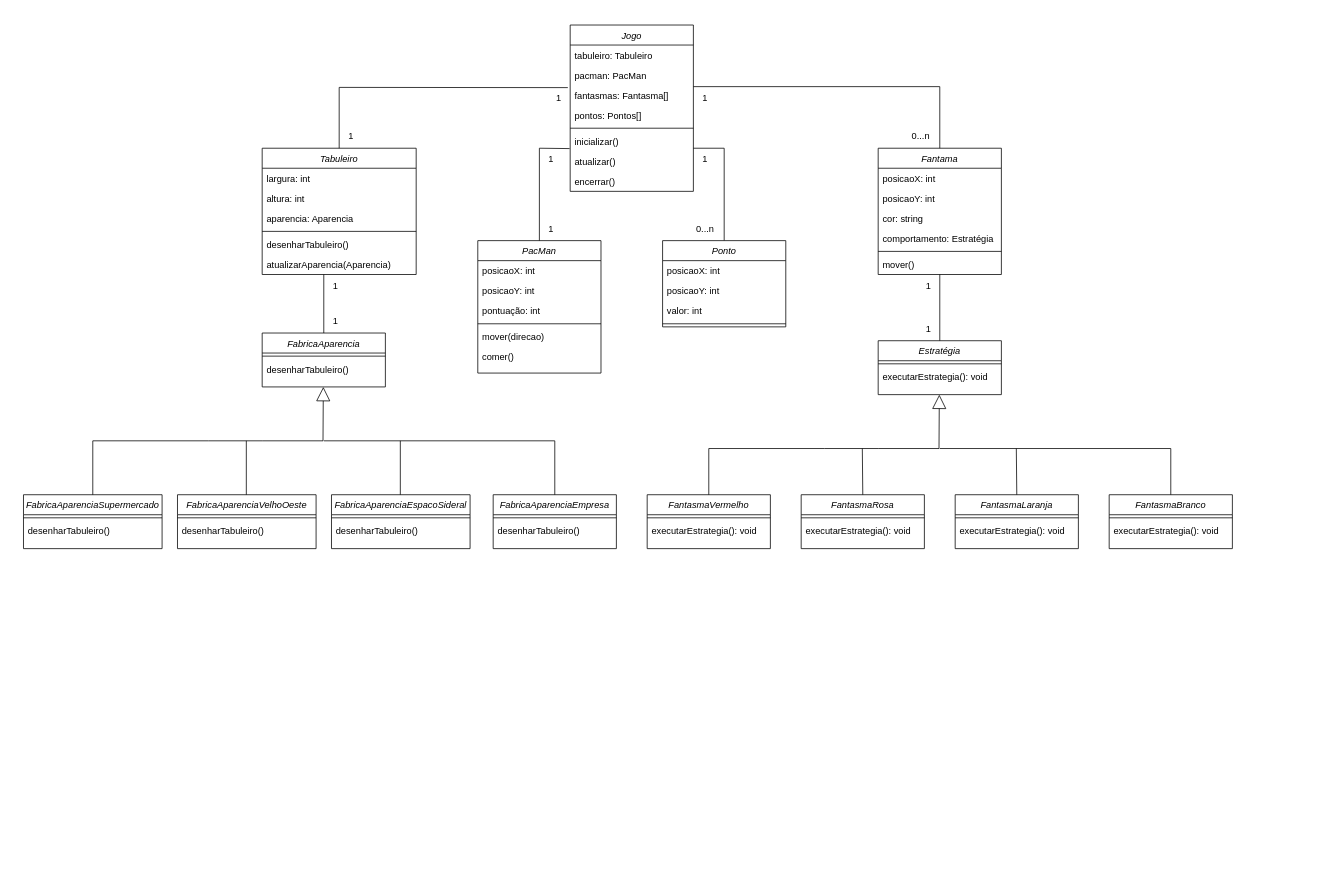
Before: 6th_POO_MAC0413/Diagrama sem nome.drawio in sabrizzs/hello-world, a draw.io diagram. Source tidied: cells renumbered, new cells numbered last; positions are measured from the earlier drawing's top-left corner, leaving out a move shared by most shapes. Both pictures are drawn from the tidied source at 77%, with x=0, y=0 at pixel (23, 25).
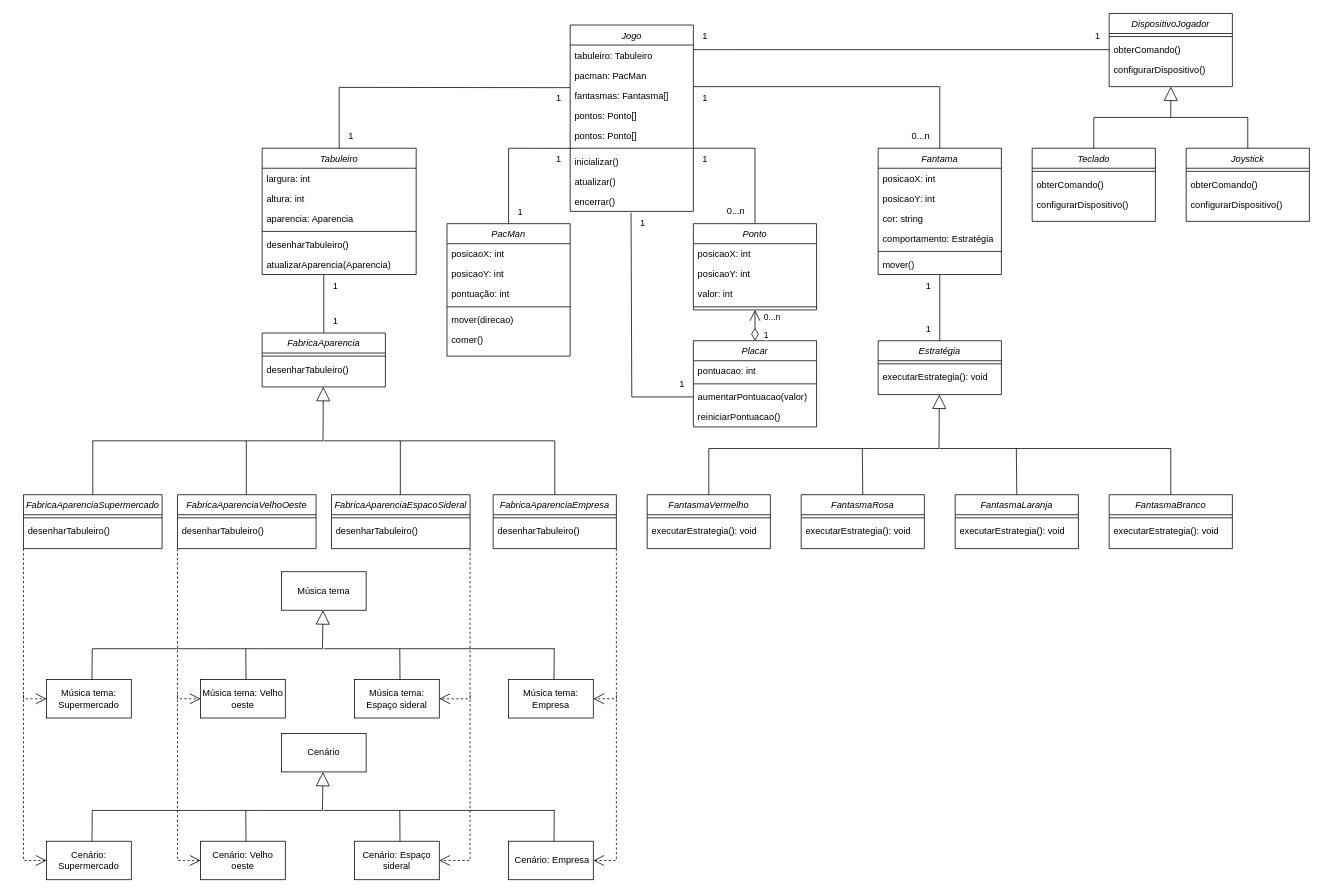
The same page after the edit.

The change refers to these unchanged cells:
```xml
<mxCell id="2" value="Tabuleiro" style="swimlane;fontStyle=2;align=center;verticalAlign=top;horizontal=1;startSize=26;rounded=0;shadow=0;strokeWidth=1;" parent="1" vertex="1">
  <mxGeometry x="310" y="160" width="200" height="164" as="geometry" />
</mxCell>
<mxCell id="27" value="tabuleiro: Tabuleiro" style="text;align=left;verticalAlign=top;spacingLeft=4;spacingRight=4;overflow=hidden;points=[[0,0.5],[1,0.5]];portConstraint=eastwest;" parent="26" vertex="1">
  <mxGeometry y="26" width="160" height="26" as="geometry" />
</mxCell>
<mxCell id="63" value="FabricaAparenciaSupermercado" style="swimlane;fontStyle=2;align=center;verticalAlign=top;horizontal=1;startSize=26;rounded=0;shadow=0;strokeWidth=1;" parent="1" vertex="1">
  <mxGeometry y="610" width="180" height="70" as="geometry" />
</mxCell>
<mxCell id="72" value="FabricaAparenciaEmpresa" style="swimlane;fontStyle=2;align=center;verticalAlign=top;horizontal=1;startSize=26;rounded=0;shadow=0;strokeWidth=1;" parent="1" vertex="1">
  <mxGeometry x="610" y="610" width="160" height="70" as="geometry" />
</mxCell>
<mxCell id="85" value="1" style="text;html=1;align=center;verticalAlign=middle;points=[];strokeColor=none;fillColor=none;" parent="1" vertex="1">
  <mxGeometry x="680" y="80" width="30" height="30" as="geometry" />
</mxCell>
```

The edit, as a diff of the source:
```diff
@@
     <mxCell id="9" value="PacMan" style="swimlane;fontStyle=2;align=center;verticalAlign=top;horizontal=1;startSize=26;rounded=0;shadow=0;strokeWidth=1;" parent="1" vertex="1">
-      <mxGeometry x="590" y="280" width="160" height="172" as="geometry" />
+      <mxGeometry x="550" y="258" width="160" height="172" as="geometry" />
     </mxCell>
@@
     <mxCell id="26" value="Jogo" style="swimlane;fontStyle=2;align=center;verticalAlign=top;horizontal=1;startSize=26;rounded=0;shadow=0;strokeWidth=1;" parent="1" vertex="1">
-      <mxGeometry x="710" width="160" height="216" as="geometry" />
+      <mxGeometry x="710" width="160" height="242" as="geometry" />
     </mxCell>
@@
-    <mxCell id="31" value="pontos: Pontos[]" style="text;align=left;verticalAlign=top;spacingLeft=4;spacingRight=4;overflow=hidden;rounded=0;shadow=0;html=0;" parent="26" vertex="1">
+    <mxCell id="31" value="pontos: Ponto[]" style="text;align=left;verticalAlign=top;spacingLeft=4;spacingRight=4;overflow=hidden;rounded=0;shadow=0;html=0;" parent="26" vertex="1">
       <mxGeometry y="104" width="160" height="26" as="geometry" />
     </mxCell>
+    <mxCell id="97" value="pontos: Ponto[]" style="text;align=left;verticalAlign=top;spacingLeft=4;spacingRight=4;overflow=hidden;rounded=0;shadow=0;html=0;" parent="26" vertex="1">
+      <mxGeometry y="130" width="160" height="26" as="geometry" />
+    </mxCell>
     <mxCell id="32" style="line;html=1;strokeWidth=1;align=left;verticalAlign=middle;spacingTop=-1;spacingLeft=3;spacingRight=3;labelPosition=right;points=[];portConstraint=eastwest;" parent="26" vertex="1">
-      <mxGeometry y="130" width="160" height="8" as="geometry" />
+      <mxGeometry y="156" width="160" height="8" as="geometry" />
     </mxCell>
     <mxCell id="33" value="inicializar()" style="text;align=left;verticalAlign=top;spacingLeft=4;spacingRight=4;overflow=hidden;points=[[0,0.5],[1,0.5]];portConstraint=eastwest;" parent="26" vertex="1">
-      <mxGeometry y="138" width="160" height="26" as="geometry" />
+      <mxGeometry y="164" width="160" height="26" as="geometry" />
     </mxCell>
     <mxCell id="34" style="endArrow=none;html=1;rounded=0;exitX=0.5;exitY=0;exitDx=0;exitDy=0;" parent="26" edge="1" source="55">
       <mxGeometry relative="1" as="geometry">
         <mxPoint x="160" y="160" as="targetPoint" />
         <Array as="points">
-          <mxPoint x="200" y="160" />
+          <mxPoint x="240" y="160" />
         </Array>
       </mxGeometry>
     </mxCell>
     <mxCell id="35" value="atualizar()" style="text;align=left;verticalAlign=top;spacingLeft=4;spacingRight=4;overflow=hidden;" parent="26" vertex="1">
-      <mxGeometry y="164" width="160" height="26" as="geometry" />
+      <mxGeometry y="190" width="160" height="26" as="geometry" />
     </mxCell>
     <mxCell id="36" value="encerrar()" style="text;align=left;verticalAlign=top;spacingLeft=4;spacingRight=4;overflow=hidden;points=[[0,0.5],[1,0.5]];portConstraint=eastwest;" parent="26" vertex="1">
-      <mxGeometry y="190" width="160" height="26" as="geometry" />
+      <mxGeometry y="216" width="160" height="26" as="geometry" />
     </mxCell>
@@
     <mxCell id="55" value="Ponto" style="swimlane;fontStyle=2;align=center;verticalAlign=top;horizontal=1;startSize=26;rounded=0;shadow=0;strokeWidth=1;" parent="1" vertex="1">
-      <mxGeometry x="830" y="280" width="160" height="112" as="geometry" />
+      <mxGeometry x="870" y="258" width="160" height="112" as="geometry" />
     </mxCell>
@@
-    <mxCell id="81" style="endArrow=none;html=1;rounded=0;exitX=0.5;exitY=0;exitDx=0;exitDy=0;entryX=-0.005;entryY=0.864;entryDx=0;entryDy=0;entryPerimeter=0;" parent="1" edge="1" source="9" target="33">
+    <mxCell id="81" style="endArrow=none;html=1;rounded=0;exitX=0.5;exitY=0;exitDx=0;exitDy=0;entryX=0.004;entryY=0.525;entryDx=0;entryDy=0;entryPerimeter=0;" parent="1" edge="1" source="9" target="32">
       <mxGeometry relative="1" as="geometry">
         <Array as="points">
-          <mxPoint x="670" y="160" />
+          <mxPoint x="630" y="160" />
         </Array>
       </mxGeometry>
     </mxCell>
     <mxCell id="82" value="1" style="text;html=1;align=center;verticalAlign=middle;strokeColor=none;fillColor=none;" parent="1" vertex="1">
-      <mxGeometry x="670" y="160" width="30" height="30" as="geometry" />
+      <mxGeometry x="680" y="160" width="30" height="30" as="geometry" />
     </mxCell>
     <mxCell id="83" value="1" style="text;html=1;align=center;verticalAlign=middle;strokeColor=none;fillColor=none;" parent="1" vertex="1">
-      <mxGeometry x="670" y="250" width="30" height="30" as="geometry" />
+      <mxGeometry x="630" y="228" width="30" height="30" as="geometry" />
     </mxCell>
-    <mxCell id="84" style="endArrow=none;html=1;rounded=0;entryX=0.898;entryY=0.043;entryDx=0;entryDy=0;entryPerimeter=0;exitX=0.5;exitY=0;exitDx=0;exitDy=0;" parent="1" edge="1" source="2" target="85">
+    <mxCell id="84" style="endArrow=none;html=1;rounded=0;entryX=1;entryY=0.044;entryDx=0;entryDy=0;entryPerimeter=0;exitX=0.5;exitY=0;exitDx=0;exitDy=0;" parent="1" edge="1" source="2" target="85">
       <mxGeometry relative="1" as="geometry">
         <Array as="points">
           <mxPoint x="410" y="81" />
         </Array>
       </mxGeometry>
     </mxCell>
@@
     <mxCell id="88" value="0...n" style="text;html=1;align=center;verticalAlign=middle;strokeColor=none;fillColor=none;" parent="1" vertex="1">
-      <mxGeometry x="860" y="250" width="50" height="30" as="geometry" />
+      <mxGeometry x="900" y="227" width="50" height="30" as="geometry" />
     </mxCell>
@@
+    <mxCell id="98" value="Música tema: Supermercado" style="html=1;whiteSpace=wrap;" parent="1" vertex="1">
+      <mxGeometry x="30" y="850" width="110" height="50" as="geometry" />
+    </mxCell>
+    <mxCell id="99" value="Música tema: Velho oeste" style="html=1;whiteSpace=wrap;" parent="1" vertex="1">
+      <mxGeometry x="230" y="850" width="110" height="50" as="geometry" />
+    </mxCell>
+    <mxCell id="100" value="Música tema: Empresa" style="html=1;whiteSpace=wrap;" parent="1" vertex="1">
+      <mxGeometry x="630" y="850" width="110" height="50" as="geometry" />
+    </mxCell>
+    <mxCell id="101" value="Música tema: Espaço sideral" style="html=1;whiteSpace=wrap;" parent="1" vertex="1">
+      <mxGeometry x="430" y="850" width="110" height="50" as="geometry" />
+    </mxCell>
+    <mxCell id="102" value="Música tema" style="html=1;whiteSpace=wrap;" parent="1" vertex="1">
+      <mxGeometry x="335" y="710" width="110" height="50" as="geometry" />
+    </mxCell>
+    <mxCell id="103" style="endArrow=block;endSize=16;endFill=0;html=1;rounded=0;" parent="1" edge="1">
+      <mxGeometry relative="1" as="geometry">
+        <mxPoint x="89.3" y="810" as="sourcePoint" />
+        <mxPoint x="389" y="760" as="targetPoint" />
+        <Array as="points">
+          <mxPoint x="239.3" y="810" />
+          <mxPoint x="309.3" y="810" />
+          <mxPoint x="388.3" y="810" />
+        </Array>
+      </mxGeometry>
+    </mxCell>
+    <mxCell id="104" style="endArrow=none;html=1;rounded=0;" parent="1" edge="1">
+      <mxGeometry relative="1" as="geometry">
+        <mxPoint x="89" y="850" as="sourcePoint" />
+        <mxPoint x="89.3" y="810" as="targetPoint" />
+      </mxGeometry>
+    </mxCell>
+    <mxCell id="105" style="endArrow=none;html=1;rounded=0;" parent="1" edge="1">
+      <mxGeometry relative="1" as="geometry">
+        <mxPoint x="289" y="850" as="sourcePoint" />
+        <mxPoint x="288.7" y="810" as="targetPoint" />
+      </mxGeometry>
+    </mxCell>
+    <mxCell id="106" style="endArrow=none;html=1;rounded=0;" parent="1" edge="1">
+      <mxGeometry relative="1" as="geometry">
+        <mxPoint x="489" y="850" as="sourcePoint" />
+        <mxPoint x="488.7" y="810" as="targetPoint" />
+      </mxGeometry>
+    </mxCell>
+    <mxCell id="107" style="endArrow=none;html=1;rounded=0;" parent="1" edge="1">
+      <mxGeometry relative="1" as="geometry">
+        <mxPoint x="689" y="850" as="sourcePoint" />
+        <mxPoint x="689.3" y="810" as="targetPoint" />
+      </mxGeometry>
+    </mxCell>
+    <mxCell id="108" style="endArrow=none;html=1;rounded=0;" parent="1" edge="1">
+      <mxGeometry relative="1" as="geometry">
+        <mxPoint x="690" y="810" as="sourcePoint" />
+        <mxPoint x="390" y="810" as="targetPoint" />
+      </mxGeometry>
+    </mxCell>
+    <mxCell id="109" style="endArrow=open;endSize=12;dashed=1;html=1;rounded=0;exitX=0;exitY=1;exitDx=0;exitDy=0;entryX=0;entryY=0.5;entryDx=0;entryDy=0;" parent="1" edge="1" source="63" target="98">
+      <mxGeometry relative="1" as="geometry">
+        <Array as="points">
+          <mxPoint y="875" />
+        </Array>
+      </mxGeometry>
+    </mxCell>
+    <mxCell id="110" style="endArrow=open;endSize=12;dashed=1;html=1;rounded=0;exitX=0;exitY=1;exitDx=0;exitDy=0;entryX=0;entryY=0.5;entryDx=0;entryDy=0;" parent="1" edge="1" target="99">
+      <mxGeometry relative="1" as="geometry">
+        <mxPoint x="200" y="680" as="sourcePoint" />
+        <Array as="points">
+          <mxPoint x="200" y="875" />
+        </Array>
+      </mxGeometry>
+    </mxCell>
+    <mxCell id="111" style="endArrow=open;endSize=12;dashed=1;html=1;rounded=0;exitX=0;exitY=1;exitDx=0;exitDy=0;entryX=1;entryY=0.5;entryDx=0;entryDy=0;" parent="1" edge="1" target="101">
+      <mxGeometry relative="1" as="geometry">
+        <mxPoint x="580" y="680" as="sourcePoint" />
+        <Array as="points">
+          <mxPoint x="580" y="875" />
+        </Array>
+      </mxGeometry>
+    </mxCell>
+    <mxCell id="112" style="endArrow=open;endSize=12;dashed=1;html=1;rounded=0;exitX=1;exitY=1;exitDx=0;exitDy=0;entryX=1;entryY=0.5;entryDx=0;entryDy=0;" parent="1" edge="1" source="72" target="100">
+      <mxGeometry relative="1" as="geometry">
+        <Array as="points">
+          <mxPoint x="770" y="875" />
+        </Array>
+      </mxGeometry>
+    </mxCell>
+    <mxCell id="113" value="Cenário: Supermercado" style="html=1;whiteSpace=wrap;" parent="1" vertex="1">
+      <mxGeometry x="30" y="1060" width="110" height="50" as="geometry" />
+    </mxCell>
+    <mxCell id="114" value="Cenário: Velho oeste" style="html=1;whiteSpace=wrap;" parent="1" vertex="1">
+      <mxGeometry x="230" y="1060" width="110" height="50" as="geometry" />
+    </mxCell>
+    <mxCell id="115" value="&amp;nbsp;Cenário: Empresa" style="html=1;whiteSpace=wrap;" parent="1" vertex="1">
+      <mxGeometry x="630" y="1060" width="110" height="50" as="geometry" />
+    </mxCell>
+    <mxCell id="116" value="Cenário: Espaço sideral" style="html=1;whiteSpace=wrap;" parent="1" vertex="1">
+      <mxGeometry x="430" y="1060" width="110" height="50" as="geometry" />
+    </mxCell>
+    <mxCell id="117" value="Cenário" style="html=1;whiteSpace=wrap;" parent="1" vertex="1">
+      <mxGeometry x="335" y="920" width="110" height="50" as="geometry" />
+    </mxCell>
+    <mxCell id="118" style="endArrow=block;endSize=16;endFill=0;html=1;rounded=0;" parent="1" edge="1">
+      <mxGeometry relative="1" as="geometry">
+        <mxPoint x="89.3" y="1020" as="sourcePoint" />
+        <mxPoint x="389" y="970" as="targetPoint" />
+        <Array as="points">
+          <mxPoint x="239.3" y="1020" />
+          <mxPoint x="309.3" y="1020" />
+          <mxPoint x="388.3" y="1020" />
+        </Array>
+      </mxGeometry>
+    </mxCell>
+    <mxCell id="119" style="endArrow=none;html=1;rounded=0;" parent="1" edge="1">
+      <mxGeometry relative="1" as="geometry">
+        <mxPoint x="89" y="1060" as="sourcePoint" />
+        <mxPoint x="89.3" y="1020" as="targetPoint" />
+      </mxGeometry>
+    </mxCell>
+    <mxCell id="120" style="endArrow=none;html=1;rounded=0;" parent="1" edge="1">
+      <mxGeometry relative="1" as="geometry">
+        <mxPoint x="289" y="1060" as="sourcePoint" />
+        <mxPoint x="288.7" y="1020" as="targetPoint" />
+      </mxGeometry>
+    </mxCell>
+    <mxCell id="121" style="endArrow=none;html=1;rounded=0;" parent="1" edge="1">
+      <mxGeometry relative="1" as="geometry">
+        <mxPoint x="489" y="1060" as="sourcePoint" />
+        <mxPoint x="488.7" y="1020" as="targetPoint" />
+      </mxGeometry>
+    </mxCell>
+    <mxCell id="122" style="endArrow=none;html=1;rounded=0;" parent="1" edge="1">
+      <mxGeometry relative="1" as="geometry">
+        <mxPoint x="689" y="1060" as="sourcePoint" />
+        <mxPoint x="689.3" y="1020" as="targetPoint" />
+      </mxGeometry>
+    </mxCell>
+    <mxCell id="123" style="endArrow=none;html=1;rounded=0;" parent="1" edge="1">
+      <mxGeometry relative="1" as="geometry">
+        <mxPoint x="690" y="1020" as="sourcePoint" />
+        <mxPoint x="390" y="1020" as="targetPoint" />
+      </mxGeometry>
+    </mxCell>
+    <mxCell id="124" style="endArrow=open;endSize=12;dashed=1;html=1;rounded=0;entryX=0;entryY=0.5;entryDx=0;entryDy=0;" parent="1" edge="1">
+      <mxGeometry relative="1" as="geometry">
+        <mxPoint y="870" as="sourcePoint" />
+        <mxPoint x="30" y="1085" as="targetPoint" />
+        <Array as="points">
+          <mxPoint y="1085" />
+        </Array>
+      </mxGeometry>
+    </mxCell>
+    <mxCell id="125" style="endArrow=open;endSize=12;dashed=1;html=1;rounded=0;entryX=0;entryY=0.5;entryDx=0;entryDy=0;" parent="1" edge="1">
+      <mxGeometry relative="1" as="geometry">
+        <mxPoint x="200" y="870" as="sourcePoint" />
+        <mxPoint x="230" y="1085" as="targetPoint" />
+        <Array as="points">
+          <mxPoint x="200" y="1085" />
+        </Array>
+      </mxGeometry>
+    </mxCell>
+    <mxCell id="126" style="endArrow=open;endSize=12;dashed=1;html=1;rounded=0;entryX=1;entryY=0.5;entryDx=0;entryDy=0;" parent="1" edge="1" target="116">
+      <mxGeometry relative="1" as="geometry">
+        <mxPoint x="580" y="870" as="sourcePoint" />
+        <Array as="points">
+          <mxPoint x="580" y="1085" />
+        </Array>
+      </mxGeometry>
+    </mxCell>
+    <mxCell id="127" style="endArrow=open;endSize=12;dashed=1;html=1;rounded=0;entryX=1;entryY=0.5;entryDx=0;entryDy=0;" parent="1" edge="1">
+      <mxGeometry relative="1" as="geometry">
+        <mxPoint x="770" y="870" as="sourcePoint" />
+        <mxPoint x="740" y="1085" as="targetPoint" />
+        <Array as="points">
+          <mxPoint x="770" y="1085" />
+        </Array>
+      </mxGeometry>
+    </mxCell>
+    <mxCell id="128" value="Placar" style="swimlane;fontStyle=2;align=center;verticalAlign=top;horizontal=1;startSize=26;rounded=0;shadow=0;strokeWidth=1;" parent="1" vertex="1">
+      <mxGeometry x="870" y="410" width="160" height="112" as="geometry" />
+    </mxCell>
+    <mxCell id="129" value="pontuacao: int" style="text;align=left;verticalAlign=top;spacingLeft=4;spacingRight=4;overflow=hidden;" parent="128" vertex="1">
+      <mxGeometry y="26" width="160" height="26" as="geometry" />
+    </mxCell>
+    <mxCell id="130" style="line;html=1;strokeWidth=1;align=left;verticalAlign=middle;spacingTop=-1;spacingLeft=3;spacingRight=3;labelPosition=right;" parent="128" vertex="1">
+      <mxGeometry y="52" width="160" height="8" as="geometry" />
+    </mxCell>
+    <mxCell id="131" value="aumentarPontuacao(valor)" style="text;align=left;verticalAlign=top;spacingLeft=4;spacingRight=4;overflow=hidden;points=[[0,0.5],[1,0.5]];portConstraint=eastwest;" parent="128" vertex="1">
+      <mxGeometry y="60" width="160" height="26" as="geometry" />
+    </mxCell>
+    <mxCell id="132" value="reiniciarPontuacao()" style="text;align=left;verticalAlign=top;spacingLeft=4;spacingRight=4;overflow=hidden;" parent="128" vertex="1">
+      <mxGeometry y="86" width="160" height="26" as="geometry" />
+    </mxCell>
+    <mxCell id="133" style="endArrow=none;html=1;rounded=0;exitX=0;exitY=0.5;exitDx=0;exitDy=0;entryX=0.494;entryY=1.064;entryDx=0;entryDy=0;entryPerimeter=0;" parent="1" edge="1" source="131" target="36">
+      <mxGeometry relative="1" as="geometry">
+        <Array as="points">
+          <mxPoint x="790" y="483" />
+        </Array>
+      </mxGeometry>
+    </mxCell>
+    <mxCell id="134" value="1" style="text;html=1;align=center;verticalAlign=middle;strokeColor=none;fillColor=none;" parent="1" vertex="1">
+      <mxGeometry x="789" y="242" width="30" height="30" as="geometry" />
+    </mxCell>
+    <mxCell id="135" value="1" style="text;html=1;align=center;verticalAlign=middle;strokeColor=none;fillColor=none;" parent="1" vertex="1">
+      <mxGeometry x="840" y="451" width="30" height="30" as="geometry" />
+    </mxCell>
+    <mxCell id="136" style="endArrow=open;html=1;endSize=12;startArrow=diamondThin;startSize=14;startFill=0;edgeStyle=orthogonalEdgeStyle;rounded=0;entryX=0.5;entryY=1;entryDx=0;entryDy=0;exitX=0.5;exitY=0;exitDx=0;exitDy=0;" parent="1" edge="1" source="128" target="55">
+      <mxGeometry relative="1" as="geometry" />
+    </mxCell>
+    <mxCell id="137" value="0...n" style="edgeLabel;html=1;align=left;verticalAlign=top;" parent="136" vertex="1">
+      <mxGeometry x="-1" relative="1" as="geometry">
+        <mxPoint x="10" y="-44" as="offset" />
+      </mxGeometry>
+    </mxCell>
+    <mxCell id="138" value="1" style="edgeLabel;html=1;align=left;verticalAlign=top;" parent="1" vertex="1">
+      <mxGeometry x="960" y="390" as="geometry" />
+    </mxCell>
+    <mxCell id="139" value="DispositivoJogador" style="swimlane;fontStyle=2;align=center;verticalAlign=top;horizontal=1;startSize=26;rounded=0;shadow=0;strokeWidth=1;" parent="1" vertex="1">
+      <mxGeometry x="1410" y="-15" width="160" height="95" as="geometry" />
+    </mxCell>
+    <mxCell id="140" style="line;html=1;strokeWidth=1;align=left;verticalAlign=middle;spacingTop=-1;spacingLeft=3;spacingRight=3;labelPosition=right;" parent="139" vertex="1">
+      <mxGeometry y="26" width="160" height="8" as="geometry" />
+    </mxCell>
+    <mxCell id="141" value="obterComando()" style="text;align=left;verticalAlign=top;spacingLeft=4;spacingRight=4;overflow=hidden;points=[[0,0.5],[1,0.5]];portConstraint=eastwest;" parent="139" vertex="1">
+      <mxGeometry y="34" width="160" height="26" as="geometry" />
+    </mxCell>
+    <mxCell id="142" value="configurarDispositivo()" style="text;align=left;verticalAlign=top;spacingLeft=4;spacingRight=4;overflow=hidden;" parent="139" vertex="1">
+      <mxGeometry y="60" width="160" height="26" as="geometry" />
+    </mxCell>
+    <mxCell id="143" value="Teclado" style="swimlane;fontStyle=2;align=center;verticalAlign=top;horizontal=1;startSize=26;rounded=0;shadow=0;strokeWidth=1;" parent="1" vertex="1">
+      <mxGeometry x="1310" y="160" width="160" height="95" as="geometry" />
+    </mxCell>
+    <mxCell id="144" style="line;html=1;strokeWidth=1;align=left;verticalAlign=middle;spacingTop=-1;spacingLeft=3;spacingRight=3;labelPosition=right;" parent="143" vertex="1">
+      <mxGeometry y="26" width="160" height="8" as="geometry" />
+    </mxCell>
+    <mxCell id="145" value="obterComando()" style="text;align=left;verticalAlign=top;spacingLeft=4;spacingRight=4;overflow=hidden;" parent="143" vertex="1">
+      <mxGeometry y="34" width="160" height="26" as="geometry" />
+    </mxCell>
+    <mxCell id="146" value="configurarDispositivo()" style="text;align=left;verticalAlign=top;spacingLeft=4;spacingRight=4;overflow=hidden;" parent="143" vertex="1">
+      <mxGeometry y="60" width="160" height="26" as="geometry" />
+    </mxCell>
+    <mxCell id="147" value="Joystick" style="swimlane;fontStyle=2;align=center;verticalAlign=top;horizontal=1;startSize=26;rounded=0;shadow=0;strokeWidth=1;" parent="1" vertex="1">
+      <mxGeometry x="1510" y="160" width="160" height="95" as="geometry" />
+    </mxCell>
+    <mxCell id="148" style="line;html=1;strokeWidth=1;align=left;verticalAlign=middle;spacingTop=-1;spacingLeft=3;spacingRight=3;labelPosition=right;" parent="147" vertex="1">
+      <mxGeometry y="26" width="160" height="8" as="geometry" />
+    </mxCell>
+    <mxCell id="149" value="obterComando()" style="text;align=left;verticalAlign=top;spacingLeft=4;spacingRight=4;overflow=hidden;" parent="147" vertex="1">
+      <mxGeometry y="34" width="160" height="26" as="geometry" />
+    </mxCell>
+    <mxCell id="150" value="configurarDispositivo()" style="text;align=left;verticalAlign=top;spacingLeft=4;spacingRight=4;overflow=hidden;" parent="147" vertex="1">
+      <mxGeometry y="60" width="160" height="26" as="geometry" />
+    </mxCell>
+    <mxCell id="151" style="endArrow=block;endSize=16;endFill=0;html=1;rounded=0;entryX=0.5;entryY=1;entryDx=0;entryDy=0;" parent="1" edge="1" target="139">
+      <mxGeometry relative="1" as="geometry">
+        <mxPoint x="1390" y="160" as="sourcePoint" />
+        <Array as="points">
+          <mxPoint x="1390" y="120" />
+          <mxPoint x="1490" y="120" />
+        </Array>
+      </mxGeometry>
+    </mxCell>
+    <mxCell id="152" style="endArrow=none;html=1;rounded=0;exitX=0.5;exitY=0;exitDx=0;exitDy=0;" parent="1" edge="1" source="147">
+      <mxGeometry relative="1" as="geometry">
+        <mxPoint x="1490" y="120" as="targetPoint" />
+        <Array as="points">
+          <mxPoint x="1590" y="120" />
+        </Array>
+      </mxGeometry>
+    </mxCell>
+    <mxCell id="153" style="endArrow=none;html=1;rounded=0;entryX=0;entryY=0.5;entryDx=0;entryDy=0;exitX=1;exitY=0.231;exitDx=0;exitDy=0;exitPerimeter=0;" parent="1" edge="1" source="27" target="141">
+      <mxGeometry relative="1" as="geometry" />
+    </mxCell>
+    <mxCell id="154" value="1" style="text;html=1;align=center;verticalAlign=middle;strokeColor=none;fillColor=none;" parent="1" vertex="1">
+      <mxGeometry x="870" width="30" height="30" as="geometry" />
+    </mxCell>
+    <mxCell id="155" value="1" style="text;html=1;align=center;verticalAlign=middle;strokeColor=none;fillColor=none;" parent="1" vertex="1">
+      <mxGeometry x="1380" width="30" height="30" as="geometry" />
+    </mxCell>
```
